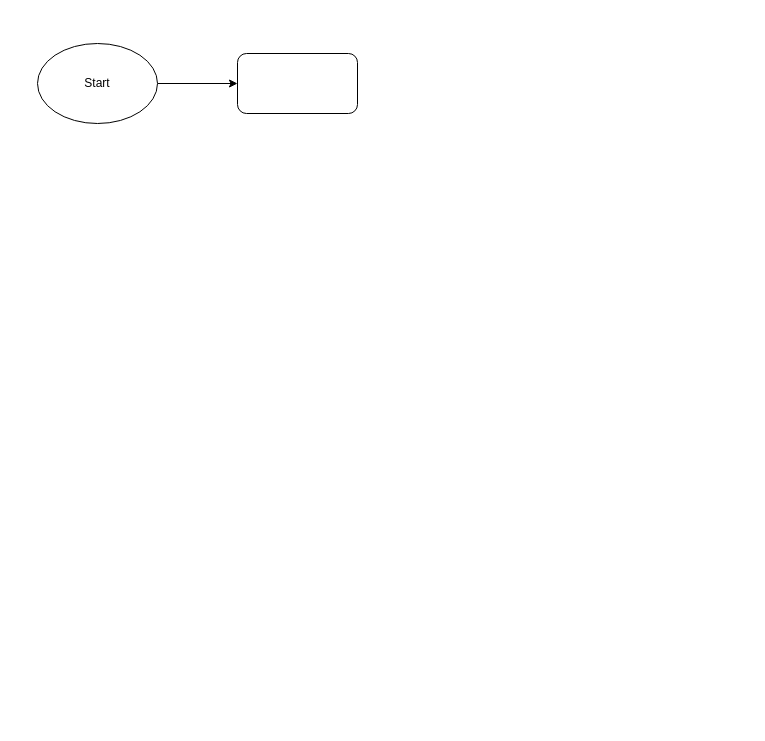
Earlier version of the draw.io diagram Untitled Diagram.drawio (salman141/SQAProject). Source tidied: cells renumbered, new cells numbered last; positions are measured from the earlier drawing's top-left corner, leaving out a move shared by most shapes. Both pictures are drawn from the tidied source at 100%, with x=0, y=0 at pixel (37, 43).
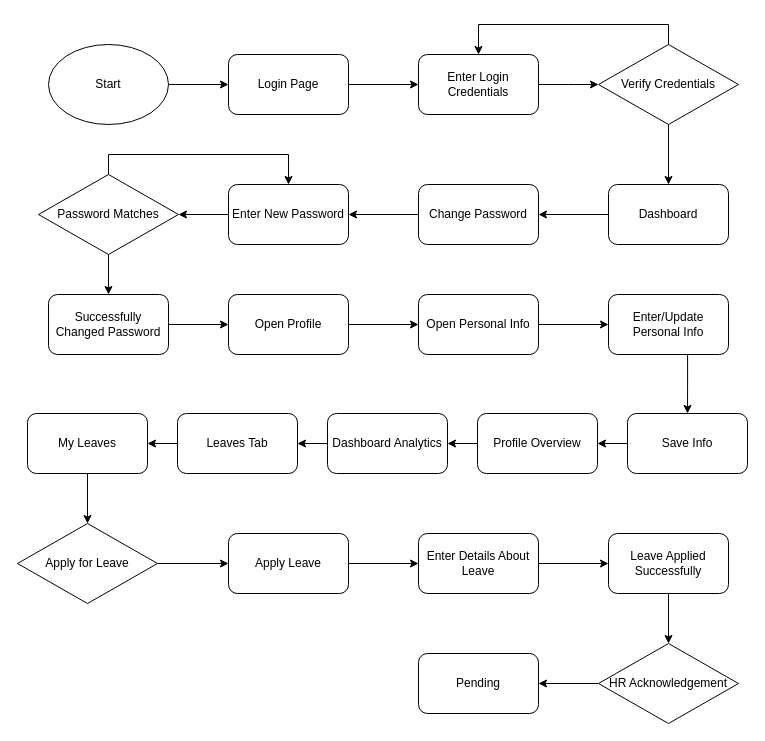
After the change.

Diff of the diagram source:
```diff
@@
     <mxCell id="3" value="Start" style="ellipse;whiteSpace=wrap;html=1;" parent="1" vertex="1">
-      <mxGeometry width="120" height="80" as="geometry" />
+      <mxGeometry x="11" y="1" width="120" height="80" as="geometry" />
     </mxCell>
+    <mxCell id="5" style="edgeStyle=orthogonalEdgeStyle;rounded=0;jettySize=auto;html=1;" parent="1" edge="1" source="4" target="7">
+      <mxGeometry relative="1" as="geometry" />
+    </mxCell>
-    <mxCell id="4" style="rounded=1;whiteSpace=wrap;html=1;" parent="1" vertex="1">
-      <mxGeometry x="200" y="10" width="120" height="60" as="geometry" />
+    <mxCell id="4" value="Login Page" style="rounded=1;whiteSpace=wrap;html=1;" parent="1" vertex="1">
+      <mxGeometry x="191" y="11" width="120" height="60" as="geometry" />
     </mxCell>
+    <mxCell id="6" style="edgeStyle=orthogonalEdgeStyle;rounded=0;jettySize=auto;html=1;" parent="1" edge="1" source="7">
+      <mxGeometry relative="1" as="geometry">
+        <mxPoint x="561" y="41" as="targetPoint" />
+      </mxGeometry>
+    </mxCell>
+    <mxCell id="7" value="Enter Login Credentials" style="rounded=1;whiteSpace=wrap;html=1;" parent="1" vertex="1">
+      <mxGeometry x="381" y="11" width="120" height="60" as="geometry" />
+    </mxCell>
+    <mxCell id="8" style="edgeStyle=orthogonalEdgeStyle;rounded=0;jettySize=auto;html=1;" parent="1" edge="1" source="9" target="12">
+      <mxGeometry relative="1" as="geometry" />
+    </mxCell>
+    <mxCell id="9" value="Verify Credentials" style="rhombus;whiteSpace=wrap;html=1;" parent="1" vertex="1">
+      <mxGeometry x="561" y="1" width="140" height="80" as="geometry" />
+    </mxCell>
+    <mxCell id="10" style="endArrow=classic;html=1;rounded=0;exitX=0.5;exitY=0;exitDx=0;exitDy=0;entryX=0.5;entryY=0;entryDx=0;entryDy=0;" parent="1" edge="1" source="9" target="7">
+      <mxGeometry relative="1" as="geometry">
+        <Array as="points">
+          <mxPoint x="631" y="-19" />
+          <mxPoint x="441" y="-19" />
+        </Array>
+      </mxGeometry>
+    </mxCell>
+    <mxCell id="11" style="edgeStyle=orthogonalEdgeStyle;rounded=0;jettySize=auto;html=1;" parent="1" edge="1" source="12" target="14">
+      <mxGeometry relative="1" as="geometry" />
+    </mxCell>
+    <mxCell id="12" value="Dashboard" style="rounded=1;whiteSpace=wrap;html=1;" parent="1" vertex="1">
+      <mxGeometry x="571" y="141" width="120" height="60" as="geometry" />
+    </mxCell>
+    <mxCell id="13" style="edgeStyle=orthogonalEdgeStyle;rounded=0;jettySize=auto;html=1;" parent="1" edge="1" source="14" target="16">
+      <mxGeometry relative="1" as="geometry" />
+    </mxCell>
+    <mxCell id="14" value="Change Password" style="rounded=1;whiteSpace=wrap;html=1;" parent="1" vertex="1">
+      <mxGeometry x="381" y="141" width="120" height="60" as="geometry" />
+    </mxCell>
+    <mxCell id="15" style="edgeStyle=orthogonalEdgeStyle;rounded=0;jettySize=auto;html=1;" parent="1" edge="1" source="16" target="18">
+      <mxGeometry relative="1" as="geometry" />
+    </mxCell>
+    <mxCell id="16" value="Enter New Password" style="rounded=1;whiteSpace=wrap;html=1;" parent="1" vertex="1">
+      <mxGeometry x="191" y="141" width="120" height="60" as="geometry" />
+    </mxCell>
+    <mxCell id="17" style="edgeStyle=orthogonalEdgeStyle;rounded=0;jettySize=auto;html=1;" parent="1" edge="1" source="18" target="21">
+      <mxGeometry relative="1" as="geometry" />
+    </mxCell>
+    <mxCell id="18" value="Password Matches" style="rhombus;whiteSpace=wrap;html=1;" parent="1" vertex="1">
+      <mxGeometry x="1" y="131" width="140" height="80" as="geometry" />
+    </mxCell>
+    <mxCell id="19" style="endArrow=classic;html=1;rounded=0;exitX=0.5;exitY=0;exitDx=0;exitDy=0;entryX=0.5;entryY=0;entryDx=0;entryDy=0;" parent="1" edge="1" source="18" target="16">
+      <mxGeometry relative="1" as="geometry">
+        <Array as="points">
+          <mxPoint x="71" y="111" />
+          <mxPoint x="251" y="111" />
+        </Array>
+      </mxGeometry>
+    </mxCell>
+    <mxCell id="20" style="edgeStyle=orthogonalEdgeStyle;rounded=0;jettySize=auto;html=1;" parent="1" edge="1" source="21" target="23">
+      <mxGeometry relative="1" as="geometry" />
+    </mxCell>
+    <mxCell id="21" value="Successfully Changed Password" style="rounded=1;whiteSpace=wrap;html=1;" parent="1" vertex="1">
+      <mxGeometry x="11" y="251" width="120" height="60" as="geometry" />
+    </mxCell>
+    <mxCell id="22" style="edgeStyle=orthogonalEdgeStyle;rounded=0;jettySize=auto;html=1;" parent="1" edge="1" source="23" target="25">
+      <mxGeometry relative="1" as="geometry" />
+    </mxCell>
+    <mxCell id="23" value="Open Profile" style="rounded=1;whiteSpace=wrap;html=1;" parent="1" vertex="1">
+      <mxGeometry x="191" y="251" width="120" height="60" as="geometry" />
+    </mxCell>
+    <mxCell id="24" style="edgeStyle=orthogonalEdgeStyle;rounded=0;jettySize=auto;html=1;" parent="1" edge="1" source="25" target="27">
+      <mxGeometry relative="1" as="geometry" />
+    </mxCell>
+    <mxCell id="25" value="Open Personal Info" style="rounded=1;whiteSpace=wrap;html=1;" parent="1" vertex="1">
+      <mxGeometry x="381" y="251" width="120" height="60" as="geometry" />
+    </mxCell>
+    <mxCell id="26" style="edgeStyle=orthogonalEdgeStyle;rounded=0;jettySize=auto;html=1;exitX=0.659;exitY=0.996;exitDx=0;exitDy=0;exitPerimeter=0;" parent="1" edge="1" source="27" target="29">
+      <mxGeometry relative="1" as="geometry" />
+    </mxCell>
+    <mxCell id="27" value="Enter/Update Personal Info" style="rounded=1;whiteSpace=wrap;html=1;" parent="1" vertex="1">
+      <mxGeometry x="571" y="251" width="120" height="60" as="geometry" />
+    </mxCell>
+    <mxCell id="28" style="edgeStyle=orthogonalEdgeStyle;rounded=0;jettySize=auto;html=1;" parent="1" edge="1" source="29" target="31">
+      <mxGeometry relative="1" as="geometry" />
+    </mxCell>
+    <mxCell id="29" value="Save Info" style="rounded=1;whiteSpace=wrap;html=1;" parent="1" vertex="1">
+      <mxGeometry x="590" y="370" width="120" height="60" as="geometry" />
+    </mxCell>
+    <mxCell id="30" style="edgeStyle=orthogonalEdgeStyle;rounded=0;jettySize=auto;html=1;" parent="1" edge="1" source="31" target="33">
+      <mxGeometry relative="1" as="geometry" />
+    </mxCell>
+    <mxCell id="31" value="Profile Overview" style="rounded=1;whiteSpace=wrap;html=1;" parent="1" vertex="1">
+      <mxGeometry x="440" y="370" width="120" height="60" as="geometry" />
+    </mxCell>
+    <mxCell id="32" style="edgeStyle=orthogonalEdgeStyle;rounded=0;jettySize=auto;html=1;" parent="1" edge="1" source="33" target="35">
+      <mxGeometry relative="1" as="geometry" />
+    </mxCell>
+    <mxCell id="33" value="Dashboard Analytics" style="rounded=1;whiteSpace=wrap;html=1;" parent="1" vertex="1">
+      <mxGeometry x="290" y="370" width="120" height="60" as="geometry" />
+    </mxCell>
+    <mxCell id="34" style="edgeStyle=orthogonalEdgeStyle;rounded=0;jettySize=auto;html=1;" parent="1" edge="1" source="35" target="37">
+      <mxGeometry relative="1" as="geometry" />
+    </mxCell>
+    <mxCell id="35" value="Leaves Tab" style="rounded=1;whiteSpace=wrap;html=1;" parent="1" vertex="1">
+      <mxGeometry x="140" y="370" width="120" height="60" as="geometry" />
+    </mxCell>
+    <mxCell id="36" style="edgeStyle=orthogonalEdgeStyle;rounded=0;jettySize=auto;html=1;exitX=0.5;exitY=1;exitDx=0;exitDy=0;" parent="1" edge="1" source="37" target="39">
+      <mxGeometry relative="1" as="geometry" />
+    </mxCell>
+    <mxCell id="37" value="My Leaves" style="rounded=1;whiteSpace=wrap;html=1;" parent="1" vertex="1">
+      <mxGeometry x="-10" y="370" width="120" height="60" as="geometry" />
+    </mxCell>
+    <mxCell id="38" style="edgeStyle=orthogonalEdgeStyle;rounded=0;jettySize=auto;html=1;" parent="1" edge="1" source="39" target="41">
+      <mxGeometry relative="1" as="geometry" />
+    </mxCell>
+    <mxCell id="39" value="Apply for Leave" style="rhombus;whiteSpace=wrap;html=1;" parent="1" vertex="1">
+      <mxGeometry x="-20" y="480" width="140" height="80" as="geometry" />
+    </mxCell>
+    <mxCell id="40" style="edgeStyle=orthogonalEdgeStyle;rounded=0;jettySize=auto;html=1;" parent="1" edge="1" source="41" target="43">
+      <mxGeometry relative="1" as="geometry" />
+    </mxCell>
+    <mxCell id="41" value="Apply Leave" style="rounded=1;whiteSpace=wrap;html=1;" parent="1" vertex="1">
+      <mxGeometry x="191" y="490" width="120" height="60" as="geometry" />
+    </mxCell>
+    <mxCell id="42" style="edgeStyle=orthogonalEdgeStyle;rounded=0;jettySize=auto;html=1;" parent="1" edge="1" source="43" target="45">
+      <mxGeometry relative="1" as="geometry" />
+    </mxCell>
+    <mxCell id="43" value="Enter Details About Leave" style="rounded=1;whiteSpace=wrap;html=1;" parent="1" vertex="1">
+      <mxGeometry x="381" y="490" width="120" height="60" as="geometry" />
+    </mxCell>
+    <mxCell id="44" style="edgeStyle=orthogonalEdgeStyle;rounded=0;jettySize=auto;html=1;" parent="1" edge="1" source="45" target="47">
+      <mxGeometry relative="1" as="geometry" />
+    </mxCell>
+    <mxCell id="45" value="Leave Applied Successfully" style="rounded=1;whiteSpace=wrap;html=1;" parent="1" vertex="1">
+      <mxGeometry x="571" y="490" width="120" height="60" as="geometry" />
+    </mxCell>
+    <mxCell id="46" style="edgeStyle=orthogonalEdgeStyle;rounded=0;jettySize=auto;html=1;" parent="1" edge="1" source="47" target="48">
+      <mxGeometry relative="1" as="geometry" />
+    </mxCell>
+    <mxCell id="47" value="HR Acknowledgement" style="rhombus;whiteSpace=wrap;html=1;" parent="1" vertex="1">
+      <mxGeometry x="561" y="600" width="140" height="80" as="geometry" />
+    </mxCell>
+    <mxCell id="48" value="Pending" style="rounded=1;whiteSpace=wrap;html=1;" parent="1" vertex="1">
+      <mxGeometry x="381" y="610" width="120" height="60" as="geometry" />
+    </mxCell>
```
